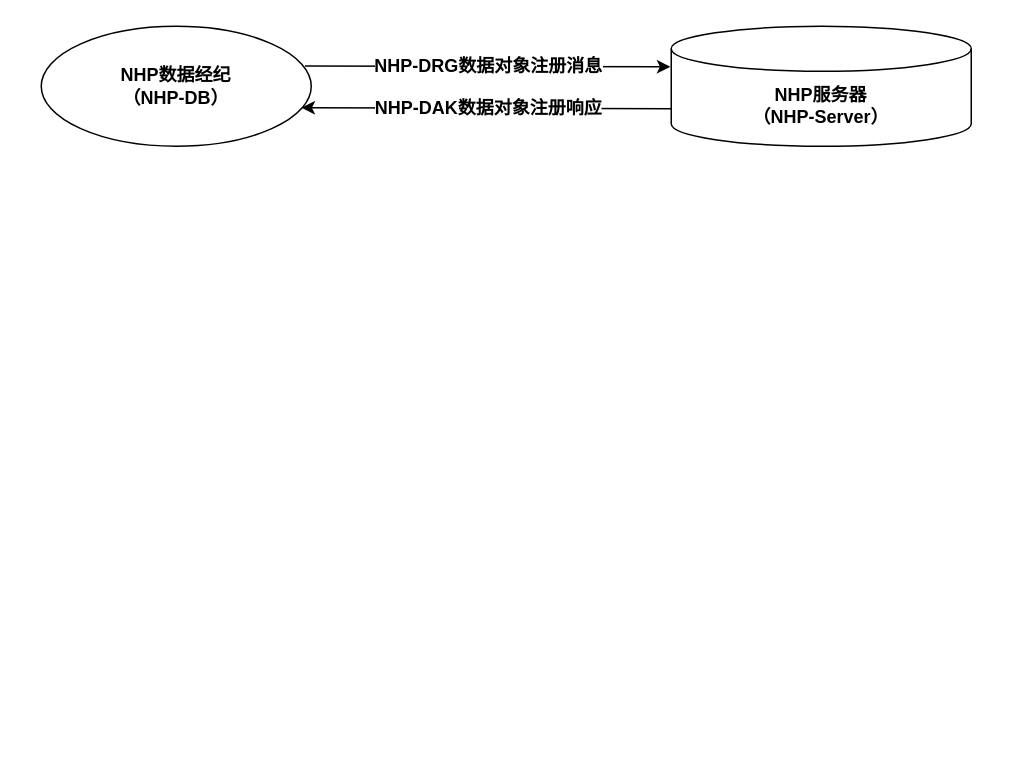
This is dhp/opendhp_seperate_message_flow.drawio from wenhulove333/opendhp, a draw.io file, before an edit. Source tidied: cells renumbered, new cells numbered last; positions are measured from the earlier drawing's top-left corner, leaving out a move shared by most shapes. Both pictures are drawn from the tidied source at 150%, with x=0, y=0 at pixel (40, 26).
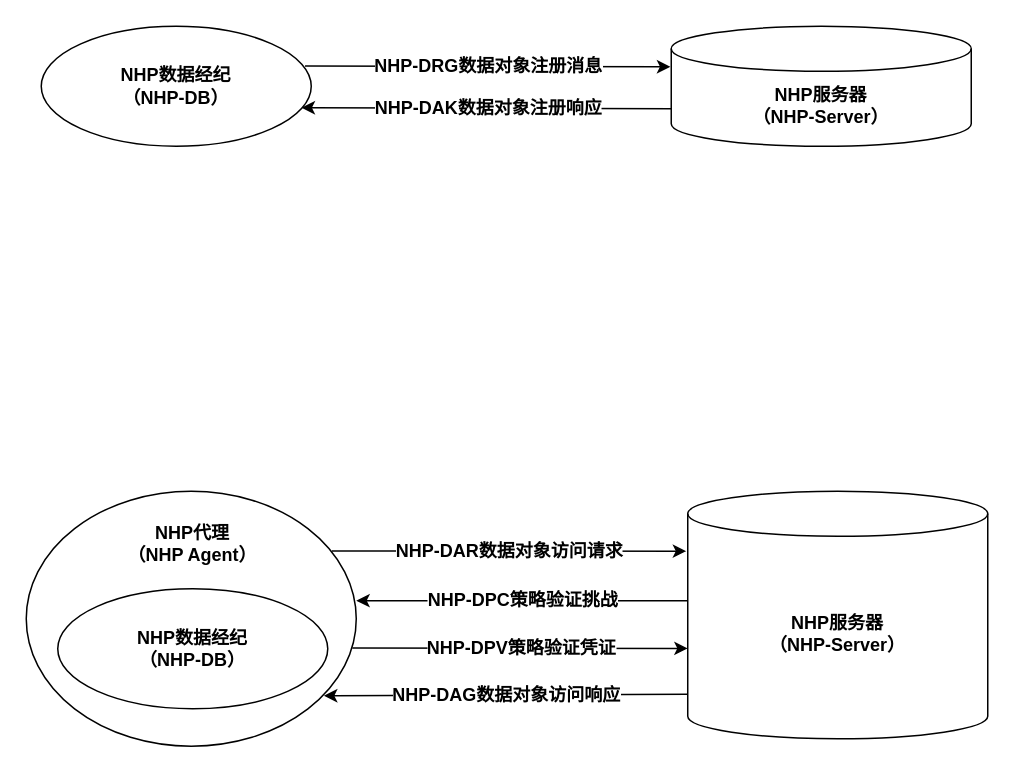
The same page after the edit.

Diff of the diagram source:
```diff
@@
+    <mxCell id="8" style="ellipse;whiteSpace=wrap;html=1;fillColor=none;" parent="1" vertex="1">
+      <mxGeometry x="-10" y="310" width="220" height="170" as="geometry" />
+    </mxCell>
+    <mxCell id="9" value="&lt;b&gt;NHP服务器&lt;/b&gt;&lt;div&gt;&lt;b&gt;（NHP-Server）&lt;/b&gt;&lt;/div&gt;" style="shape=cylinder3;whiteSpace=wrap;html=1;boundedLbl=1;backgroundOutline=1;size=15;fillColor=none;" parent="1" vertex="1">
+      <mxGeometry x="431" y="310" width="200" height="165" as="geometry" />
+    </mxCell>
+    <mxCell id="10" value="&lt;b&gt;NHP数据经纪&lt;/b&gt;&lt;div&gt;&lt;b&gt;（NHP-DB）&lt;/b&gt;&lt;/div&gt;" style="ellipse;whiteSpace=wrap;html=1;fillColor=none;" parent="1" vertex="1">
+      <mxGeometry x="11" y="375" width="180" height="80" as="geometry" />
+    </mxCell>
+    <mxCell id="11" style="endArrow=classic;html=1;rounded=0;entryX=-0.005;entryY=0.242;entryDx=0;entryDy=0;entryPerimeter=0;exitX=0.926;exitY=0.234;exitDx=0;exitDy=0;exitPerimeter=0;" parent="1" edge="1" source="8" target="9">
+      <mxGeometry relative="1" as="geometry" />
+    </mxCell>
+    <mxCell id="12" value="&lt;b&gt;&lt;font style=&quot;font-size: 12px;&quot;&gt;NHP-DAR数据对象访问请求&lt;/font&gt;&lt;/b&gt;" style="edgeLabel;html=1;align=center;verticalAlign=middle;" parent="11" vertex="1">
+      <mxGeometry relative="1" as="geometry" />
+    </mxCell>
+    <mxCell id="13" style="endArrow=classic;html=1;rounded=0;exitX=-0.001;exitY=0.723;exitDx=0;exitDy=0;exitPerimeter=0;entryX=0.902;entryY=0.802;entryDx=0;entryDy=0;entryPerimeter=0;" parent="1" edge="1" target="8">
+      <mxGeometry relative="1" as="geometry">
+        <mxPoint x="430.8" y="445.3" as="sourcePoint" />
+      </mxGeometry>
+    </mxCell>
+    <mxCell id="14" value="&lt;font style=&quot;font-size: 12px;&quot;&gt;&lt;b&gt;NHP-DAG数据对象访问响应&lt;/b&gt;&lt;/font&gt;" style="edgeLabel;html=1;align=center;verticalAlign=middle;" parent="13" vertex="1">
+      <mxGeometry relative="1" as="geometry" />
+    </mxCell>
+    <mxCell id="15" value="&lt;b&gt;NHP代理&lt;/b&gt;&lt;div&gt;&lt;b&gt;（NHP Agent）&lt;/b&gt;&lt;/div&gt;" style="text;html=1;align=center;verticalAlign=middle;whiteSpace=wrap;rounded=0;" parent="1" vertex="1">
+      <mxGeometry x="56" y="330" width="90" height="30" as="geometry" />
+    </mxCell>
+    <mxCell id="16" style="endArrow=classic;html=1;rounded=0;entryX=-0.005;entryY=0.242;entryDx=0;entryDy=0;entryPerimeter=0;exitX=0.988;exitY=0.615;exitDx=0;exitDy=0;exitPerimeter=0;" parent="1" edge="1" source="8">
+      <mxGeometry relative="1" as="geometry">
+        <mxPoint x="431" y="414.8" as="targetPoint" />
+      </mxGeometry>
+    </mxCell>
+    <mxCell id="17" value="&lt;b&gt;&lt;font style=&quot;font-size: 12px;&quot;&gt;NHP-DPV策略验证凭证&lt;/font&gt;&lt;/b&gt;" style="edgeLabel;html=1;align=center;verticalAlign=middle;" parent="16" vertex="1">
+      <mxGeometry relative="1" as="geometry" />
+    </mxCell>
+    <mxCell id="18" style="endArrow=classic;html=1;rounded=0;exitX=-0.001;exitY=0.723;exitDx=0;exitDy=0;exitPerimeter=0;entryX=1;entryY=0.429;entryDx=0;entryDy=0;entryPerimeter=0;" parent="1" edge="1" target="8">
+      <mxGeometry relative="1" as="geometry">
+        <mxPoint x="431" y="383" as="sourcePoint" />
+      </mxGeometry>
+    </mxCell>
+    <mxCell id="19" value="&lt;font style=&quot;font-size: 12px;&quot;&gt;&lt;b&gt;NHP-DPC策略验证挑战&lt;/b&gt;&lt;/font&gt;" style="edgeLabel;html=1;align=center;verticalAlign=middle;" parent="18" vertex="1">
+      <mxGeometry relative="1" as="geometry" />
+    </mxCell>
```
